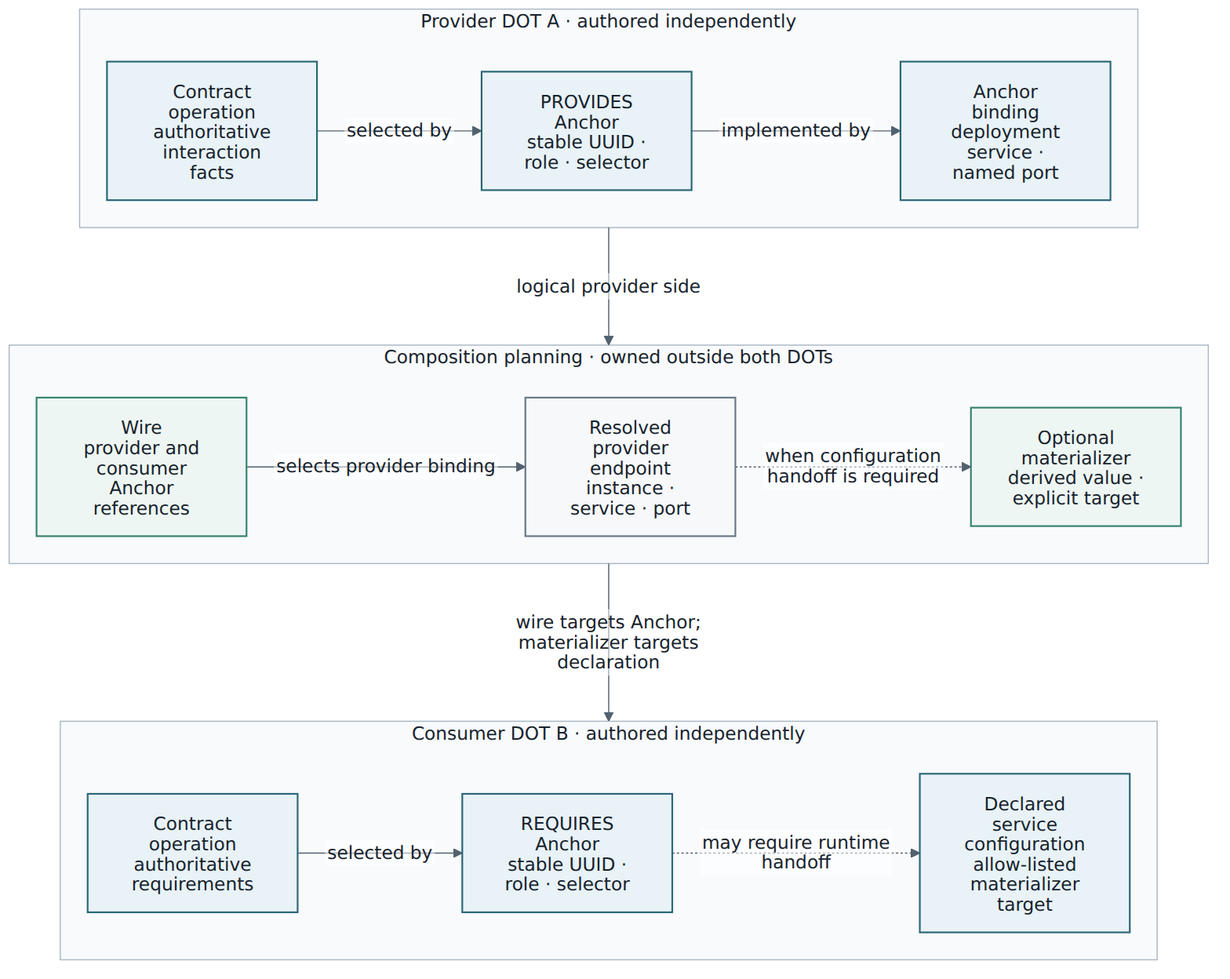
Earlier version of the Mermaid export DOT-Design/next/dot-design/_images/diagrams/dot-ownership-chain.png (MARE-EU-Project/DOT-Docs). Its source is kept beside it as DOT-Design/next/dot-design/_attachments/diagrams/dot-ownership-chain.mmd.
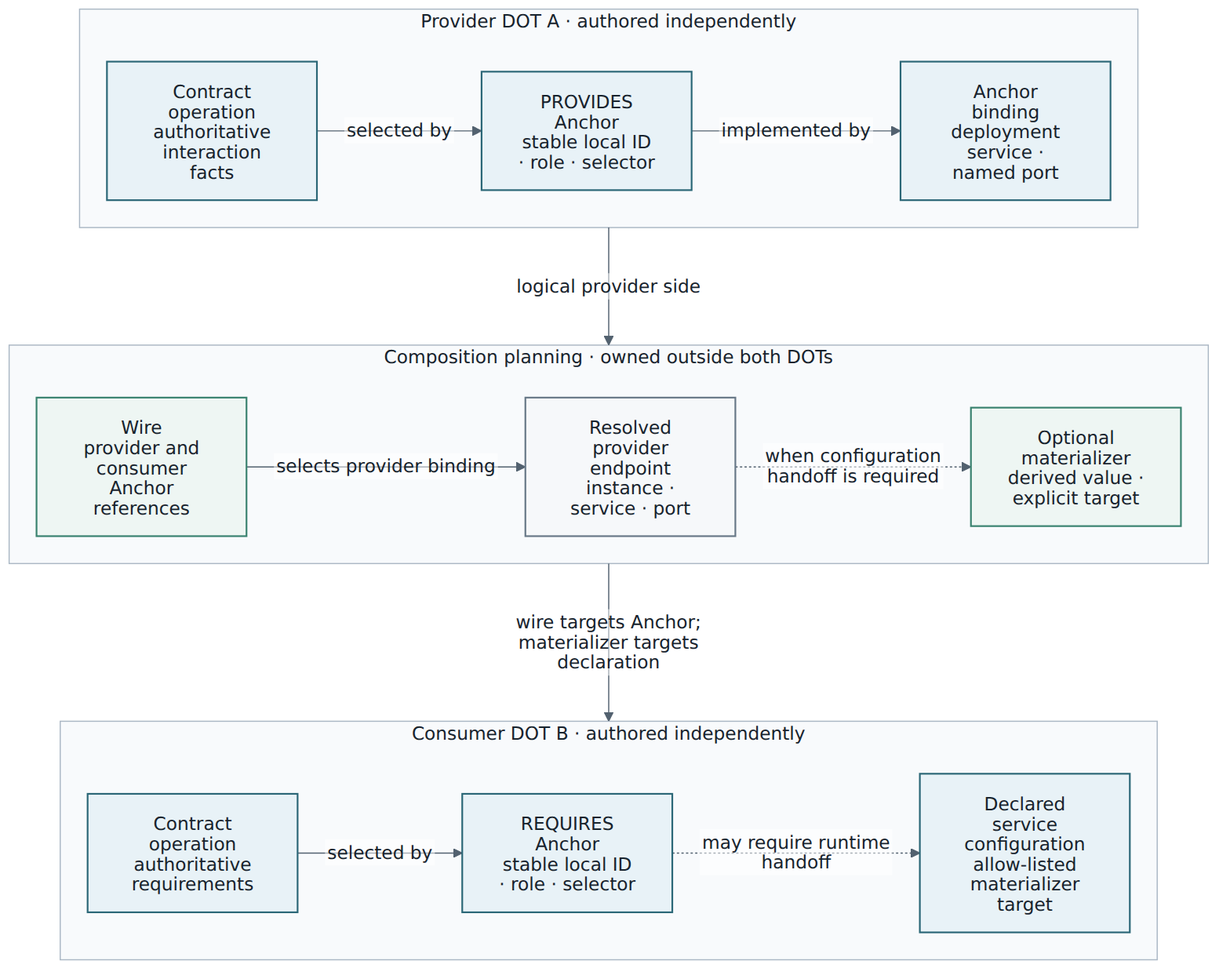
The same diagram one commit later.

What changed in the source:
```diff
@@ -5,7 +5,7 @@
   subgraph Provider["Provider DOT A · authored independently"]
     direction LR
     PContract["Contract operation<br/>authoritative interaction facts"]
-    PAnchor["PROVIDES Anchor<br/>stable UUID · role · selector"]
+    PAnchor["PROVIDES Anchor<br/>stable local ID · role · selector"]
     PBinding["Anchor binding<br/>deployment service · named port"]
     PContract -->|selected by| PAnchor
     PAnchor -->|implemented by| PBinding
@@ -23,7 +23,7 @@
   subgraph Consumer["Consumer DOT B · authored independently"]
     direction LR
     CContract["Contract operation<br/>authoritative requirements"]
-    CAnchor["REQUIRES Anchor<br/>stable UUID · role · selector"]
+    CAnchor["REQUIRES Anchor<br/>stable local ID · role · selector"]
     CConfig["Declared service configuration<br/>allow-listed materializer target"]
     CContract -->|selected by| CAnchor
     CAnchor -.->|may require runtime handoff| CConfig
```
